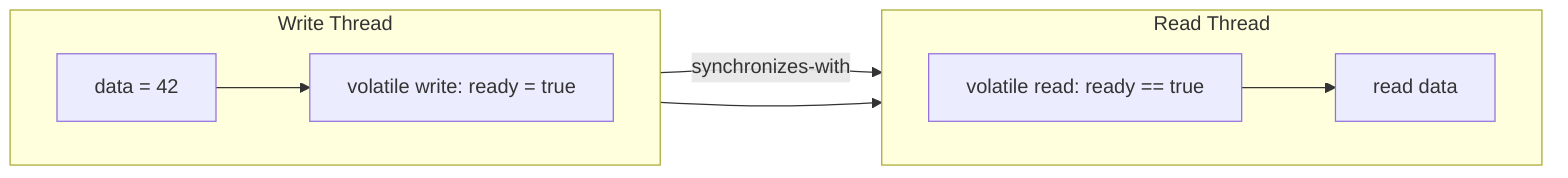
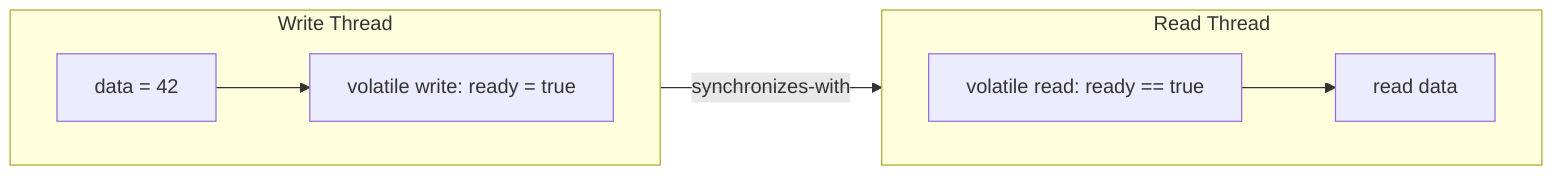
graph LR
    subgraph Write["Write Thread"]
        direction LR
        D["data = 42"] --> VR["volatile write: ready = true"]
    end
    subgraph Read["Read Thread"]
        direction LR
        VD["volatile read: ready == true"] --> RD["read data"]
    end
    VR -->|synchronizes-with| VD
-     D --> VD